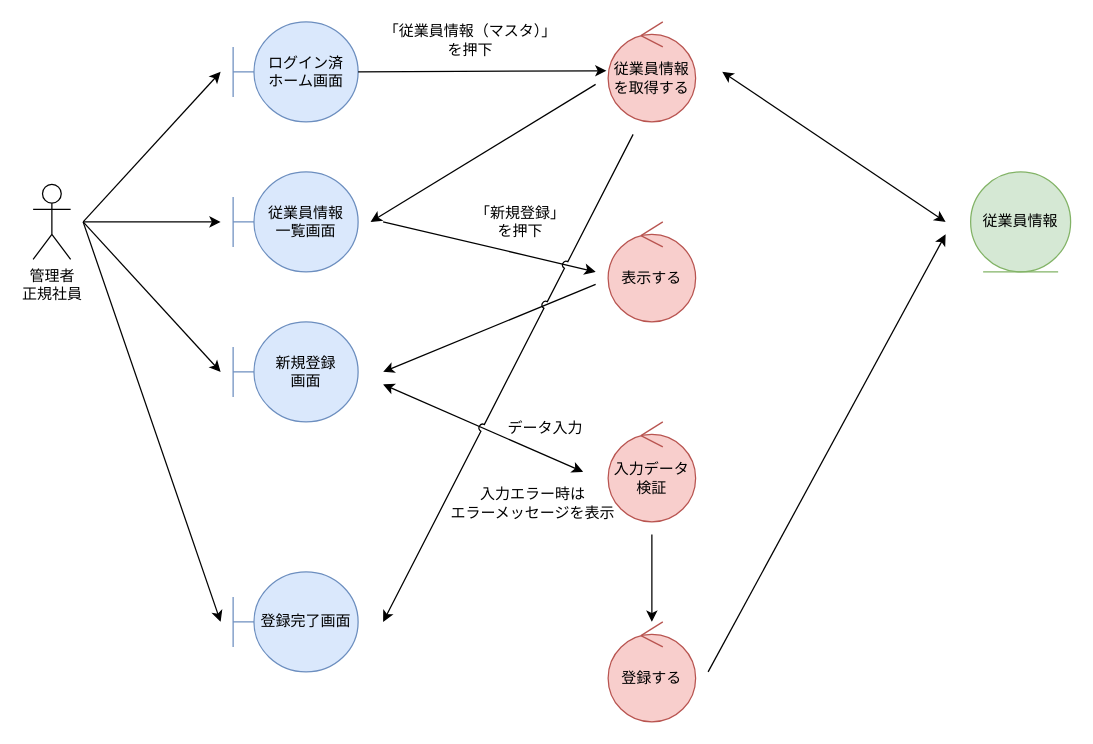
Before: page "*従業員情報管理_登録" (7 of 19) of 各種設計書/3ロバストネス図/従業員情報管理/従業員情報管理.drawio in HaruShim/Sotuken, a draw.io diagram. Source tidied: cells renumbered, new cells numbered last; positions are measured from the earlier drawing's top-left corner, leaving out a move shared by most shapes. Both pictures are drawn from the tidied source at 125%, with x=0, y=0 at pixel (32, 21).
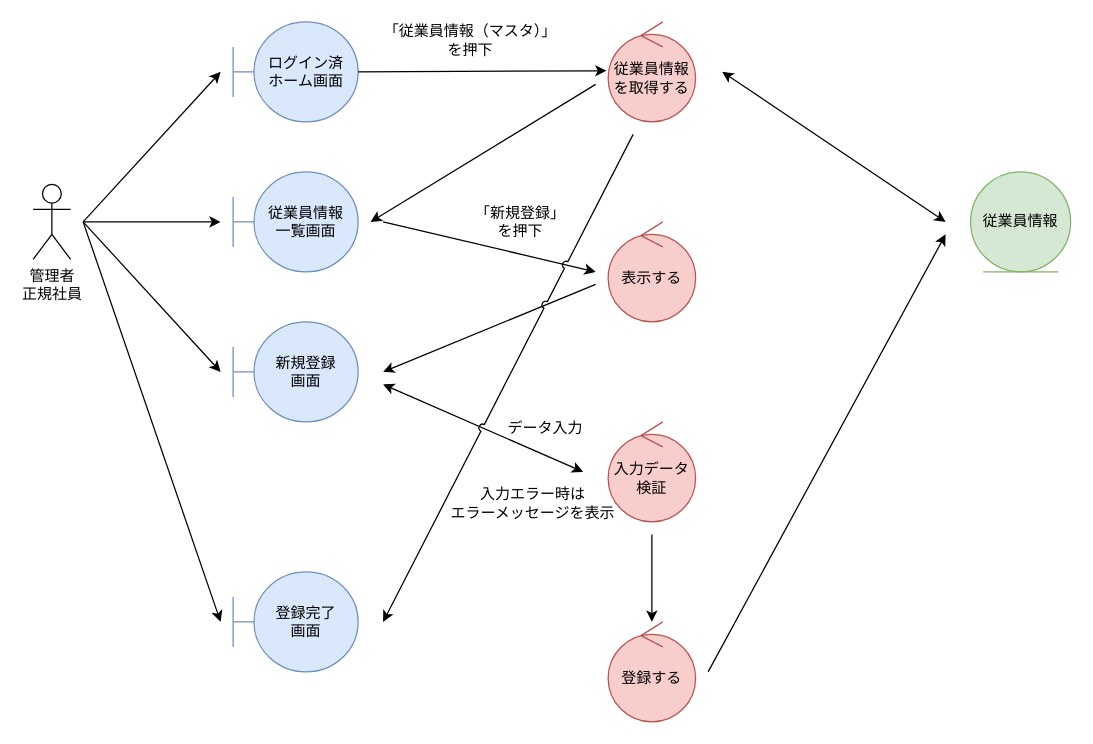
After the change.

The edit, as a diff of the source:
```diff
@@
-    <mxCell id="23" value="登録完了画面" style="shape=umlBoundary;whiteSpace=wrap;html=1;fillColor=#dae8fc;strokeColor=#6c8ebf;" parent="1" vertex="1">
+    <mxCell id="23" value="登録完了&lt;br&gt;画面" style="shape=umlBoundary;whiteSpace=wrap;html=1;fillColor=#dae8fc;strokeColor=#6c8ebf;" parent="1" vertex="1">
       <mxGeometry x="160" y="440" width="100" height="80" as="geometry" />
     </mxCell>
```
